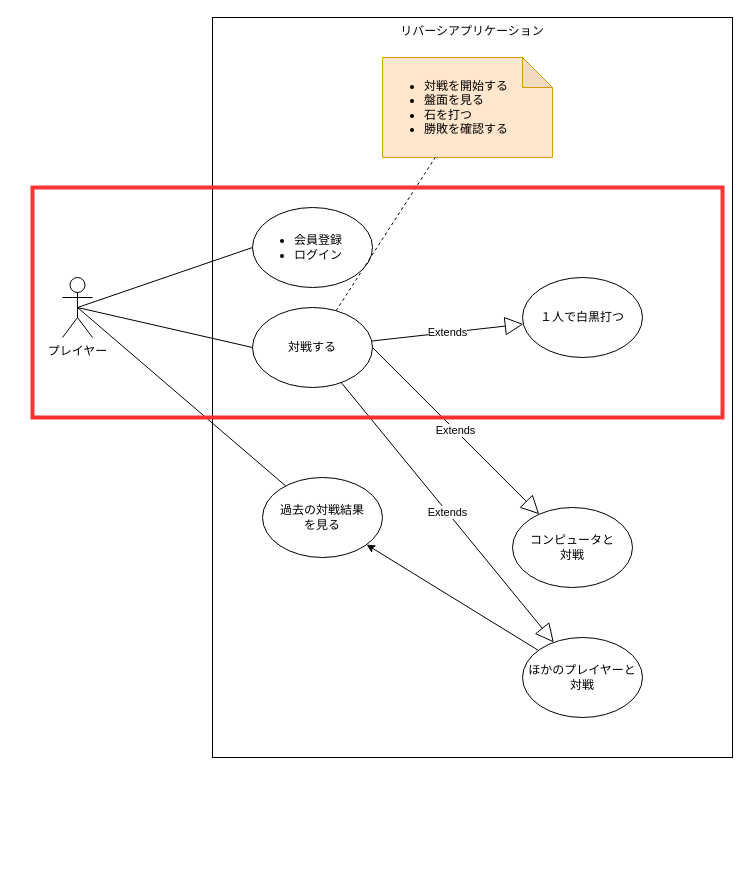
IkUmO1118/reversi-app keeps this draw.io diagram as docs/use-case.drawio. Above is the earlier version. Source tidied: cells renumbered, new cells numbered last; positions are measured from the earlier drawing's top-left corner, leaving out a move shared by most shapes. Both pictures are drawn from the tidied source at 100%, with x=0, y=0 at pixel (32, 17).
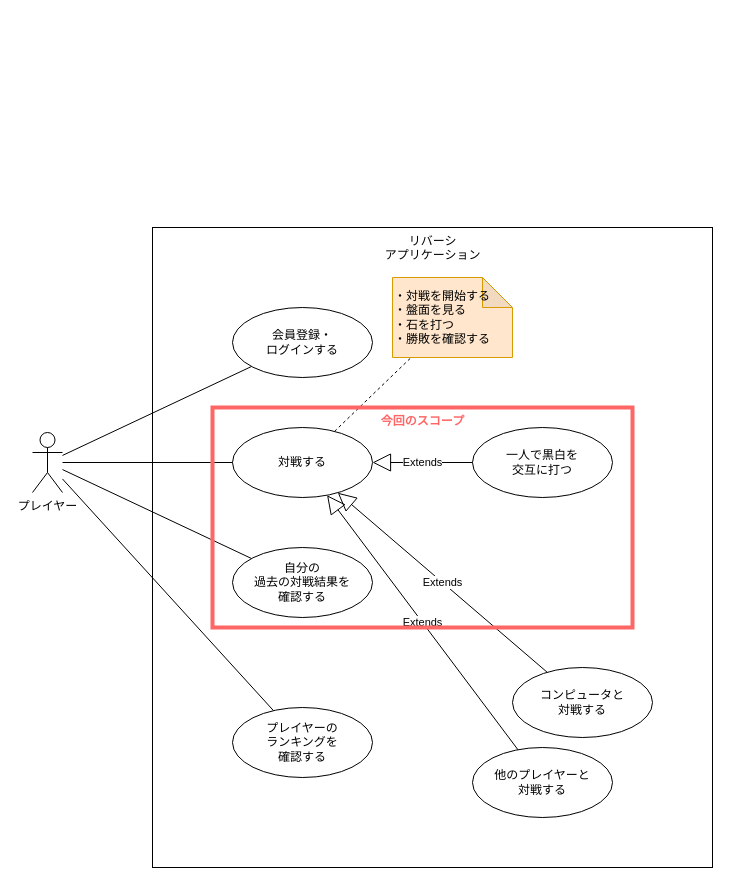
The same diagram, later.

Diff of the diagram source:
```diff
@@
-    <mxCell id="2" value="リバーシアプリケーション" style="rounded=0;whiteSpace=wrap;html=1;fillColor=none;horizontal=1;verticalAlign=top;" parent="1" vertex="1">
-      <mxGeometry x="180" width="520" height="740" as="geometry" />
+    <mxCell id="2" value="リバーシ&lt;br&gt;アプリケーション" style="html=1;fillColor=none;verticalAlign=top;" parent="1" vertex="1">
+      <mxGeometry x="120" y="210" width="560" height="640" as="geometry" />
     </mxCell>
-    <mxCell id="3" value="プレイヤー" style="shape=umlActor;verticalLabelPosition=bottom;verticalAlign=top;html=1;outlineConnect=0;fillColor=none;" parent="1" vertex="1">
-      <mxGeometry x="30" y="260" width="30" height="60" as="geometry" />
+    <mxCell id="3" value="プレイヤー" style="shape=umlActor;verticalLabelPosition=bottom;verticalAlign=top;html=1;fillColor=default;" parent="1" vertex="1">
+      <mxGeometry y="415" width="30" height="60" as="geometry" />
     </mxCell>
-    <mxCell id="4" value="&lt;ul&gt;&lt;li style=&quot;&quot;&gt;会員登録&lt;/li&gt;&lt;li&gt;ログイン&lt;/li&gt;&lt;/ul&gt;" style="ellipse;whiteSpace=wrap;html=1;fillColor=none;align=left;" parent="1" vertex="1">
-      <mxGeometry x="220" y="190" width="120" height="80" as="geometry" />
+    <mxCell id="4" value="対戦する" style="ellipse;whiteSpace=wrap;html=1;fillColor=default;" parent="1" vertex="1">
+      <mxGeometry x="200" y="410" width="140" height="70" as="geometry" />
     </mxCell>
-    <mxCell id="5" style="endArrow=none;html=1;entryX=0;entryY=0.5;entryDx=0;entryDy=0;exitX=0.5;exitY=0.5;exitDx=0;exitDy=0;exitPerimeter=0;" parent="1" edge="1" source="3" target="4">
-      <mxGeometry relative="1" as="geometry" />
+    <mxCell id="5" value="・対戦を開始する&lt;br&gt;・盤面を見る&lt;br&gt;・石を打つ&lt;br&gt;・勝敗を確認する" style="shape=note;whiteSpace=wrap;html=1;backgroundOutline=1;darkOpacity=0.05;fillColor=#ffe6cc;strokeColor=#d79b00;align=left;" parent="1" vertex="1">
+      <mxGeometry x="360" y="260" width="120" height="80" as="geometry" />
     </mxCell>
-    <mxCell id="6" value="&lt;ul&gt;&lt;li&gt;対戦を開始する&lt;/li&gt;&lt;li&gt;盤面を見る&lt;/li&gt;&lt;li&gt;石を打つ&lt;/li&gt;&lt;li&gt;勝敗を確認する&lt;/li&gt;&lt;/ul&gt;" style="shape=note;whiteSpace=wrap;html=1;backgroundOutline=1;darkOpacity=0.05;fillColor=#ffe6cc;strokeColor=#d79b00;align=left;" parent="1" vertex="1">
-      <mxGeometry x="350" y="40" width="170" height="100" as="geometry" />
+    <mxCell id="6" style="endArrow=none;dashed=1;html=1;" parent="1" edge="1" source="4" target="5">
+      <mxGeometry relative="1" as="geometry" />
     </mxCell>
-    <mxCell id="7" style="endArrow=none;dashed=1;html=1;" parent="1" edge="1" source="8" target="6">
-      <mxGeometry relative="1" as="geometry" />
+    <mxCell id="7" value="自分の&lt;br&gt;過去の対戦結果を&lt;br&gt;確認する" style="ellipse;whiteSpace=wrap;html=1;fillColor=default;" parent="1" vertex="1">
+      <mxGeometry x="200" y="530" width="140" height="70" as="geometry" />
     </mxCell>
-    <mxCell id="8" value="対戦する" style="ellipse;whiteSpace=wrap;html=1;fillColor=none;" parent="1" vertex="1">
-      <mxGeometry x="220" y="290" width="120" height="80" as="geometry" />
+    <mxCell id="8" value="会員登録・&lt;br&gt;ログインする" style="ellipse;whiteSpace=wrap;html=1;fillColor=default;" parent="1" vertex="1">
+      <mxGeometry x="200" y="290" width="140" height="70" as="geometry" />
     </mxCell>
-    <mxCell id="9" style="endArrow=none;html=1;entryX=0;entryY=0.5;entryDx=0;entryDy=0;exitX=0.5;exitY=0.5;exitDx=0;exitDy=0;exitPerimeter=0;" parent="1" edge="1" source="3" target="8">
-      <mxGeometry relative="1" as="geometry" />
+    <mxCell id="9" value="一人で黒白を&lt;br&gt;交互に打つ" style="ellipse;whiteSpace=wrap;html=1;fillColor=default;" parent="1" vertex="1">
+      <mxGeometry x="440" y="410" width="140" height="70" as="geometry" />
     </mxCell>
-    <mxCell id="10" value="過去の対戦結果&lt;br&gt;を見る" style="ellipse;whiteSpace=wrap;html=1;fillColor=none;align=center;" parent="1" vertex="1">
-      <mxGeometry x="230" y="460" width="120" height="80" as="geometry" />
+    <mxCell id="10" value="コンピュータと&lt;br&gt;対戦する" style="ellipse;whiteSpace=wrap;html=1;fillColor=default;" parent="1" vertex="1">
+      <mxGeometry x="480" y="650" width="140" height="70" as="geometry" />
     </mxCell>
-    <mxCell id="11" style="endArrow=none;html=1;exitX=0.5;exitY=0.5;exitDx=0;exitDy=0;exitPerimeter=0;" parent="1" edge="1" source="3" target="10">
-      <mxGeometry relative="1" as="geometry" />
+    <mxCell id="11" value="他のプレイヤーと&lt;br&gt;対戦する" style="ellipse;whiteSpace=wrap;html=1;fillColor=default;" parent="1" vertex="1">
+      <mxGeometry x="440" y="730" width="140" height="70" as="geometry" />
     </mxCell>
-    <mxCell id="12" value="コンピュータと&lt;br&gt;対戦" style="ellipse;whiteSpace=wrap;html=1;fillColor=none;" parent="1" vertex="1">
-      <mxGeometry x="480" y="490" width="120" height="80" as="geometry" />
+    <mxCell id="12" value="Extends" style="endArrow=block;endSize=16;endFill=0;html=1;" parent="1" edge="1" source="9" target="4">
+      <mxGeometry relative="1" as="geometry" />
     </mxCell>
-    <mxCell id="13" value="Extends" style="endArrow=block;endSize=16;endFill=0;html=1;exitX=1;exitY=0.5;exitDx=0;exitDy=0;" parent="1" edge="1" source="8" target="12">
+    <mxCell id="13" value="Extends" style="endArrow=block;endSize=16;endFill=0;html=1;" parent="1" edge="1" source="10" target="4">
       <mxGeometry relative="1" as="geometry" />
     </mxCell>
-    <mxCell id="14" style="edgeStyle=none;html=1;" parent="1" edge="1" source="15" target="10">
-      <mxGeometry relative="1" as="geometry" />
-    </mxCell>
-    <mxCell id="15" value="ほかのプレイヤーと&lt;br&gt;対戦" style="ellipse;whiteSpace=wrap;html=1;fillColor=none;" parent="1" vertex="1">
-      <mxGeometry x="490" y="620" width="120" height="80" as="geometry" />
+    <mxCell id="15" value="Extends" style="endArrow=block;endSize=16;endFill=0;html=1;" parent="1" edge="1" source="11" target="4">
+      <mxGeometry relative="1" as="geometry" />
     </mxCell>
-    <mxCell id="16" value="Extends" style="endArrow=block;endSize=16;endFill=0;html=1;" parent="1" edge="1" source="8" target="15">
+    <mxCell id="16" style="endArrow=none;html=1;" parent="1" edge="1" source="3" target="8">
       <mxGeometry relative="1" as="geometry" />
     </mxCell>
-    <mxCell id="17" value="１人で白黒打つ" style="ellipse;whiteSpace=wrap;html=1;fillColor=none;" parent="1" vertex="1">
-      <mxGeometry x="490" y="260" width="120" height="80" as="geometry" />
-    </mxCell>
-    <mxCell id="18" value="Extends" style="endArrow=block;endSize=16;endFill=0;html=1;" parent="1" edge="1" source="8" target="17">
+    <mxCell id="18" style="endArrow=none;html=1;" parent="1" edge="1" source="3" target="4">
       <mxGeometry relative="1" as="geometry" />
     </mxCell>
-    <mxCell id="19" style="rounded=0;whiteSpace=wrap;html=1;fontSize=19;fillColor=none;strokeWidth=4;strokeColor=#FF3333;" parent="1" vertex="1">
-      <mxGeometry y="170" width="690" height="230" as="geometry" />
-    </mxCell>
+    <mxCell id="14" style="endArrow=none;html=1;" parent="1" edge="1" source="3" target="7">
+      <mxGeometry relative="1" as="geometry" />
+    </mxCell>
+    <mxCell id="20" value="プレイヤーの&lt;br&gt;ランキングを&lt;br&gt;確認する" style="ellipse;whiteSpace=wrap;html=1;fillColor=default;" parent="1" vertex="1">
+      <mxGeometry x="200" y="690" width="140" height="70" as="geometry" />
+    </mxCell>
+    <mxCell id="21" style="endArrow=none;html=1;" parent="1" edge="1" source="3" target="20">
+      <mxGeometry relative="1" as="geometry" />
+    </mxCell>
+    <mxCell id="22" value="今回のスコープ" style="html=1;fillColor=none;verticalAlign=top;strokeColor=#FF6666;strokeWidth=4;fontColor=#FF6666;fontStyle=1;" parent="1" vertex="1">
+      <mxGeometry x="180" y="390" width="420" height="220" as="geometry" />
+    </mxCell>
```
